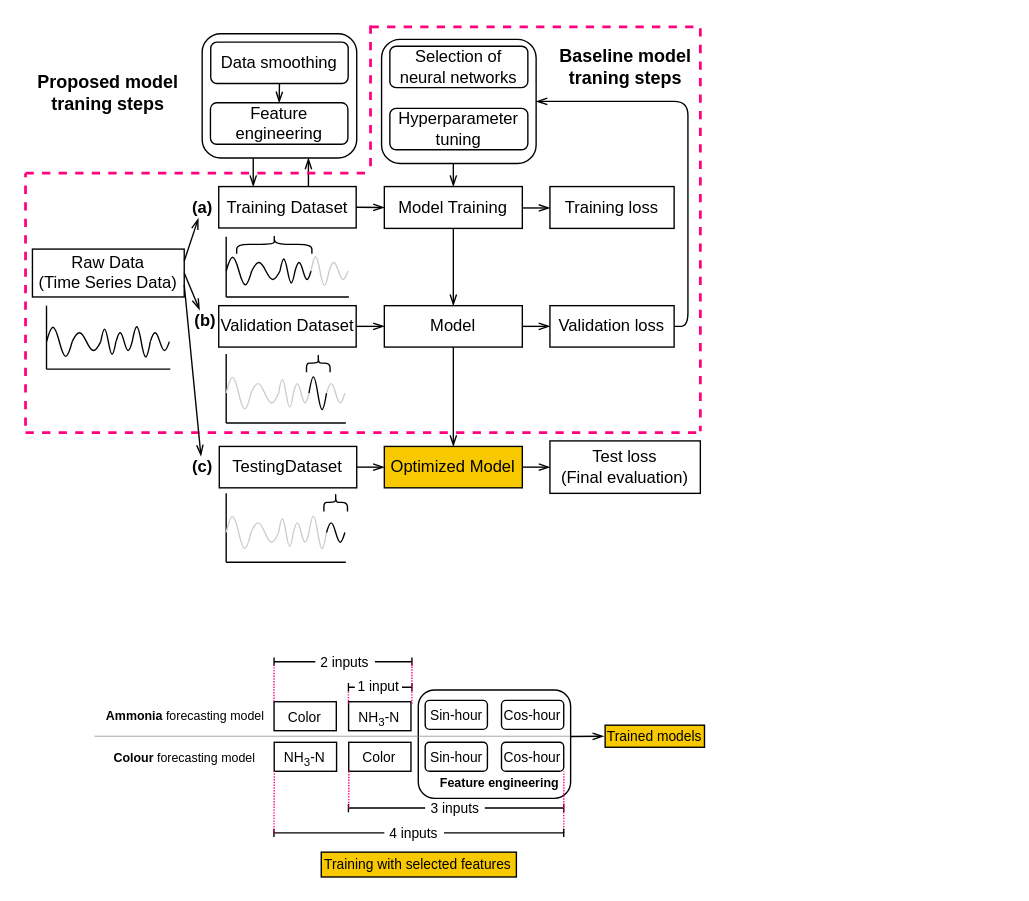
Earlier version of the draw.io diagram Presentation/0511-seminar-pre/plot.drawio (tx-21/MPhil-thesis). Source tidied: cells renumbered, new cells numbered last; positions are measured from the earlier drawing's top-left corner, leaving out a move shared by most shapes. Both pictures are drawn from the tidied source at 138%, with x=0, y=0 at pixel (25, 25).
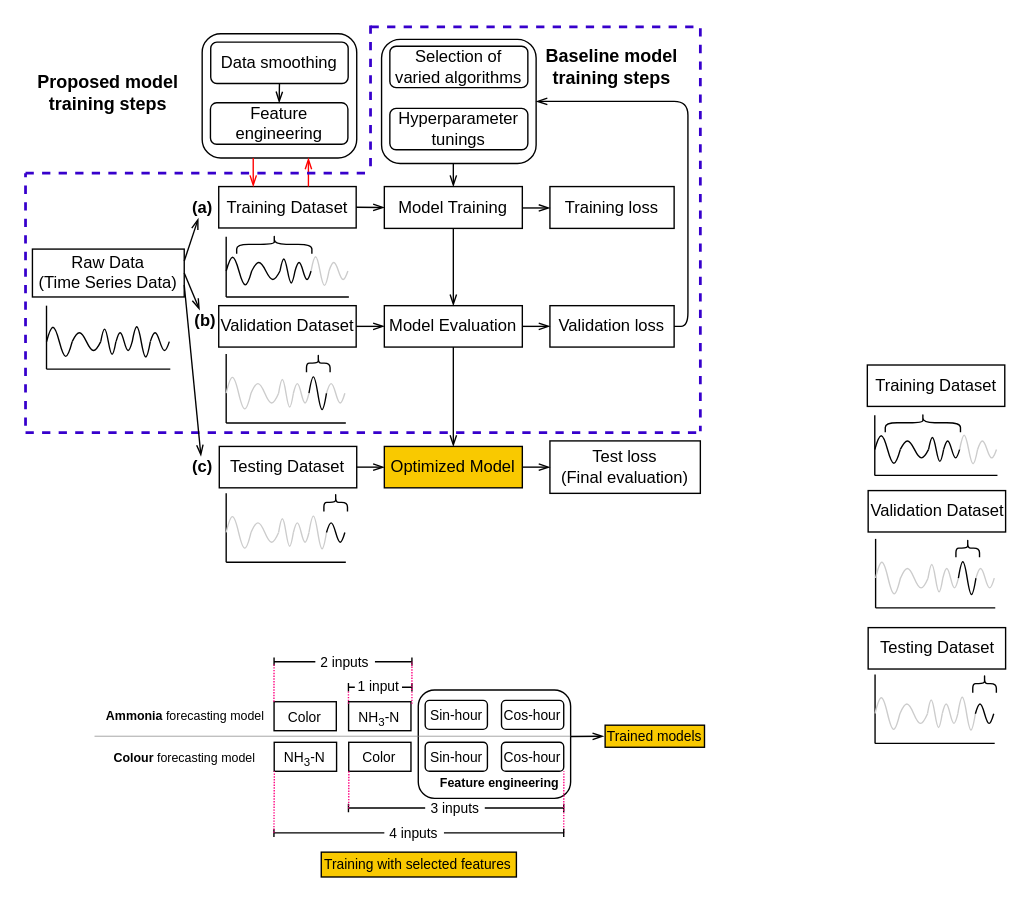
After the change.

The edit, as a diff of the source:
```diff
@@
-    <mxCell id="5" value="Selection of neural networks" style="whiteSpace=wrap;html=1;fontColor=#000000;strokeColor=#000000;fillColor=none;rounded=1;" parent="1" vertex="1">
+    <mxCell id="5" value="Selection of varied algorithms" style="whiteSpace=wrap;html=1;fontColor=#000000;strokeColor=#000000;fillColor=none;rounded=1;" parent="1" vertex="1">
       <mxGeometry x="264" y="15" width="100" height="30" as="geometry" />
     </mxCell>
-    <mxCell id="6" value="&lt;p&gt;&lt;/p&gt;&lt;span style=&quot;line-height: 1.2&quot;&gt;Hyperparameter tuning&lt;br&gt;&lt;/span&gt;&lt;p&gt;&lt;/p&gt;" style="whiteSpace=wrap;html=1;fontColor=#000000;strokeColor=#000000;fillColor=none;align=center;rounded=1;" parent="1" vertex="1">
+    <mxCell id="6" value="&lt;p&gt;&lt;/p&gt;&lt;span style=&quot;line-height: 1.2&quot;&gt;Hyperparameter tunings&lt;br&gt;&lt;/span&gt;&lt;p&gt;&lt;/p&gt;" style="whiteSpace=wrap;html=1;fontColor=#000000;strokeColor=#000000;fillColor=none;align=center;rounded=1;" parent="1" vertex="1">
       <mxGeometry x="264" y="60" width="100" height="30" as="geometry" />
     </mxCell>
@@
-    <mxCell id="11" value="Model" style="rounded=0;whiteSpace=wrap;html=1;fontColor=#000000;strokeColor=#000000;fillColor=none;" parent="1" vertex="1">
+    <mxCell id="11" value="Model Evaluation" style="rounded=0;whiteSpace=wrap;html=1;fontColor=#000000;strokeColor=#000000;fillColor=none;" parent="1" vertex="1">
       <mxGeometry x="260" y="203" width="100" height="30" as="geometry" />
     </mxCell>
@@
-    <mxCell id="59" style="edgeStyle=none;html=1;entryX=0.5;entryY=0;entryDx=0;entryDy=0;fontColor=#000000;strokeColor=#000000;endArrow=openThin;endFill=0;" parent="1" edge="1">
+    <mxCell id="59" style="edgeStyle=none;html=1;entryX=0.5;entryY=0;entryDx=0;entryDy=0;fontColor=#000000;strokeColor=#FF0000;endArrow=openThin;endFill=0;fillColor=#e51400;" parent="1" edge="1">
       <mxGeometry relative="1" as="geometry">
         <mxPoint x="165" y="96" as="sourcePoint" />
         <mxPoint x="165" y="116.7" as="targetPoint" />
       </mxGeometry>
     </mxCell>
-    <mxCell id="60" style="edgeStyle=none;html=1;entryX=0.5;entryY=0;entryDx=0;entryDy=0;fontColor=#000000;strokeColor=#000000;startArrow=openThin;startFill=0;endArrow=none;endFill=0;" parent="1" edge="1">
+    <mxCell id="60" style="edgeStyle=none;html=1;entryX=0.5;entryY=0;entryDx=0;entryDy=0;fontColor=#000000;strokeColor=#FF0000;startArrow=openThin;startFill=0;endArrow=none;endFill=0;fillColor=#e51400;" parent="1" edge="1">
       <mxGeometry relative="1" as="geometry">
         <mxPoint x="205" y="96" as="sourcePoint" />
         <mxPoint x="205" y="116.7" as="targetPoint" />
       </mxGeometry>
     </mxCell>
@@
-    <mxCell id="66" value="&lt;b&gt;&lt;font style=&quot;font-size: 13px&quot;&gt;Baseline model traning steps&lt;/font&gt;&lt;/b&gt;" style="rounded=0;whiteSpace=wrap;html=1;fontColor=#000000;strokeColor=none;fillColor=none;" parent="1" vertex="1">
-      <mxGeometry x="379.5" y="15" width="110" height="30" as="geometry" />
+    <mxCell id="66" value="&lt;b&gt;&lt;font style=&quot;font-size: 13px&quot;&gt;Baseline model training steps&lt;/font&gt;&lt;/b&gt;" style="rounded=0;whiteSpace=wrap;html=1;fontColor=#000000;strokeColor=none;fillColor=none;" parent="1" vertex="1">
+      <mxGeometry x="370" y="15" width="110" height="30" as="geometry" />
     </mxCell>
-    <mxCell id="67" style="endArrow=none;html=1;fontColor=#000000;strokeColor=#FF0080;dashed=1;fillColor=#008a00;strokeWidth=2;" parent="1" edge="1">
+    <mxCell id="67" style="endArrow=none;html=1;fontColor=#000000;strokeColor=#3700CC;dashed=1;fillColor=#6a00ff;strokeWidth=2;" parent="1" edge="1">
       <mxGeometry relative="1" as="geometry">
         <mxPoint y="290" as="sourcePoint" />
         <mxPoint y="107" as="targetPoint" />
       </mxGeometry>
     </mxCell>
-    <mxCell id="68" style="endArrow=none;html=1;fontColor=#000000;strokeColor=#FF0080;dashed=1;fillColor=#008a00;strokeWidth=2;" parent="1" edge="1">
+    <mxCell id="68" style="endArrow=none;html=1;fontColor=#000000;strokeColor=#3700CC;dashed=1;fillColor=#6a00ff;strokeWidth=2;" parent="1" edge="1">
       <mxGeometry relative="1" as="geometry">
         <mxPoint y="295" as="sourcePoint" />
         <mxPoint x="490" y="295" as="targetPoint" />
       </mxGeometry>
     </mxCell>
-    <mxCell id="69" style="endArrow=none;html=1;fontColor=#000000;strokeColor=#FF0080;dashed=1;fillColor=#008a00;strokeWidth=2;" parent="1" edge="1">
+    <mxCell id="69" style="endArrow=none;html=1;fontColor=#000000;strokeColor=#3700CC;dashed=1;fillColor=#6a00ff;strokeWidth=2;" parent="1" edge="1">
       <mxGeometry relative="1" as="geometry">
         <mxPoint x="489" y="2" as="sourcePoint" />
         <mxPoint x="489" y="294" as="targetPoint" />
       </mxGeometry>
     </mxCell>
-    <mxCell id="70" style="endArrow=none;html=1;fontColor=#000000;strokeColor=#FF0080;dashed=1;fillColor=#008a00;strokeWidth=2;" parent="1" edge="1">
+    <mxCell id="70" style="endArrow=none;html=1;fontColor=#000000;strokeColor=#3700CC;dashed=1;fillColor=#6a00ff;strokeWidth=2;" parent="1" edge="1">
       <mxGeometry relative="1" as="geometry">
         <mxPoint x="250" y="1" as="sourcePoint" />
         <mxPoint x="490" y="1" as="targetPoint" />
       </mxGeometry>
     </mxCell>
-    <mxCell id="71" style="endArrow=none;html=1;fontColor=#000000;strokeColor=#FF0080;dashed=1;fillColor=#008a00;strokeWidth=2;" parent="1" edge="1">
+    <mxCell id="71" style="endArrow=none;html=1;fontColor=#000000;strokeColor=#3700CC;dashed=1;fillColor=#6a00ff;strokeWidth=2;" parent="1" edge="1">
       <mxGeometry relative="1" as="geometry">
         <mxPoint x="250" as="sourcePoint" />
         <mxPoint x="250" y="105" as="targetPoint" />
       </mxGeometry>
     </mxCell>
-    <mxCell id="72" style="endArrow=none;html=1;fontColor=#000000;strokeColor=#FF0080;dashed=1;fillColor=#008a00;strokeWidth=2;" parent="1" edge="1">
+    <mxCell id="72" style="endArrow=none;html=1;fontColor=#000000;strokeColor=#3700CC;dashed=1;fillColor=#6a00ff;strokeWidth=2;" parent="1" edge="1">
       <mxGeometry relative="1" as="geometry">
         <mxPoint y="107" as="sourcePoint" />
         <mxPoint x="250" y="107" as="targetPoint" />
       </mxGeometry>
     </mxCell>
@@
-    <mxCell id="74" value="&lt;b&gt;&lt;font style=&quot;font-size: 13px&quot;&gt;Proposed model traning steps&lt;/font&gt;&lt;/b&gt;" style="rounded=0;whiteSpace=wrap;html=1;fontColor=#000000;strokeColor=none;fillColor=none;" parent="1" vertex="1">
+    <mxCell id="74" value="&lt;b&gt;&lt;font style=&quot;font-size: 13px&quot;&gt;Proposed model training steps&lt;/font&gt;&lt;/b&gt;" style="rounded=0;whiteSpace=wrap;html=1;fontColor=#000000;strokeColor=none;fillColor=none;" parent="1" vertex="1">
       <mxGeometry x="5" y="34" width="110" height="30" as="geometry" />
     </mxCell>
@@
-    <mxCell id="100" value="TestingDataset" style="rounded=0;whiteSpace=wrap;html=1;fontColor=#000000;strokeColor=#000000;fillColor=none;" parent="1" vertex="1">
+    <mxCell id="100" value="Testing Dataset" style="rounded=0;whiteSpace=wrap;html=1;fontColor=#000000;strokeColor=#000000;fillColor=none;" parent="1" vertex="1">
       <mxGeometry x="140.4" y="305" width="99.6" height="30" as="geometry" />
     </mxCell>
@@
+    <mxCell id="119" style="group;" parent="1" vertex="1">
+      <mxGeometry x="616" y="372" width="88.9" height="50" as="geometry" />
+    </mxCell>
+    <mxCell id="120" style="endArrow=none;html=1;fontColor=#000000;strokeColor=#000000;" parent="119" edge="1">
+      <mxGeometry relative="1" as="geometry">
+        <mxPoint y="50" as="sourcePoint" />
+        <mxPoint as="targetPoint" />
+      </mxGeometry>
+    </mxCell>
+    <mxCell id="121" style="endArrow=none;html=1;fontColor=#000000;strokeColor=#000000;" parent="119" edge="1">
+      <mxGeometry relative="1" as="geometry">
+        <mxPoint x="86.7" y="50" as="sourcePoint" />
+        <mxPoint y="50" as="targetPoint" />
+      </mxGeometry>
+    </mxCell>
+    <mxCell id="122" style="group;" parent="119" vertex="1">
+      <mxGeometry y="1.1" width="88.9" height="43.2" as="geometry" />
+    </mxCell>
+    <mxCell id="123" style="verticalLabelPosition=bottom;shadow=0;dashed=0;align=center;html=1;verticalAlign=top;shape=mxgraph.electrical.waveforms.sine_wave;fontColor=#000000;strokeColor=#CCCCCC;fillColor=none;" parent="122" vertex="1">
+      <mxGeometry y="12" width="18" height="30.6" as="geometry" />
+    </mxCell>
+    <mxCell id="124" style="verticalLabelPosition=bottom;shadow=0;dashed=0;align=center;html=1;verticalAlign=top;shape=mxgraph.electrical.waveforms.sine_wave;fontColor=#000000;strokeColor=#CCCCCC;fillColor=none;" parent="122" vertex="1">
+      <mxGeometry x="18" y="18" width="20" height="18.8" as="geometry" />
+    </mxCell>
+    <mxCell id="125" style="verticalLabelPosition=bottom;shadow=0;dashed=0;align=center;html=1;verticalAlign=top;shape=mxgraph.electrical.waveforms.sine_wave;fontColor=#000000;strokeColor=#CCCCCC;fillColor=none;" parent="122" vertex="1">
+      <mxGeometry x="38" y="14.1" width="10.7" height="26.6" as="geometry" />
+    </mxCell>
+    <mxCell id="126" style="verticalLabelPosition=bottom;shadow=0;dashed=0;align=center;html=1;verticalAlign=top;shape=mxgraph.electrical.waveforms.sine_wave;fontColor=#000000;strokeColor=#CCCCCC;fillColor=none;" parent="122" vertex="1">
+      <mxGeometry x="48.7" y="18" width="11.3" height="18.8" as="geometry" />
+    </mxCell>
+    <mxCell id="127" style="verticalLabelPosition=bottom;shadow=0;dashed=0;align=center;html=1;verticalAlign=top;shape=mxgraph.electrical.waveforms.sine_wave;fontColor=#000000;strokeColor=#000000;fillColor=none;" parent="122" vertex="1">
+      <mxGeometry x="60" y="11.5" width="12.7" height="31.7" as="geometry" />
+    </mxCell>
+    <mxCell id="128" style="verticalLabelPosition=bottom;shadow=0;dashed=0;align=center;html=1;verticalAlign=top;shape=mxgraph.electrical.waveforms.sine_wave;fontColor=#000000;strokeColor=#CCCCCC;fillColor=none;" parent="122" vertex="1">
+      <mxGeometry x="72.7" y="18" width="13.3" height="18.8" as="geometry" />
+    </mxCell>
+    <mxCell id="129" style="shape=curlyBracket;whiteSpace=wrap;html=1;rounded=1;fontColor=#000000;strokeColor=#000000;fillColor=none;rotation=90;" parent="122" vertex="1">
+      <mxGeometry x="60.1" y="-3" width="13.3" height="17.1" as="geometry" />
+    </mxCell>
+    <mxCell id="130" style="group;" parent="1" vertex="1">
+      <mxGeometry x="610" y="246" width="99.6" height="80" as="geometry" />
+    </mxCell>
+    <mxCell id="131" style="group;" parent="130" vertex="1">
+      <mxGeometry x="5.4" y="20" width="88.9" height="60" as="geometry" />
+    </mxCell>
+    <mxCell id="132" style="group;" parent="131" vertex="1">
+      <mxGeometry y="16.4" width="88.9" height="43.6" as="geometry" />
+    </mxCell>
+    <mxCell id="133" style="endArrow=none;html=1;fontColor=#000000;strokeColor=#000000;" parent="132" edge="1">
+      <mxGeometry relative="1" as="geometry">
+        <mxPoint y="43.6" as="sourcePoint" />
+        <mxPoint as="targetPoint" />
+      </mxGeometry>
+    </mxCell>
+    <mxCell id="134" style="endArrow=none;html=1;fontColor=#000000;strokeColor=#000000;" parent="132" edge="1">
+      <mxGeometry relative="1" as="geometry">
+        <mxPoint x="88.9" y="43.6" as="sourcePoint" />
+        <mxPoint y="43.6" as="targetPoint" />
+      </mxGeometry>
+    </mxCell>
+    <mxCell id="135" style="verticalLabelPosition=bottom;shadow=0;dashed=0;align=center;html=1;verticalAlign=top;shape=mxgraph.electrical.waveforms.sine_wave;fontColor=#000000;strokeColor=#000000;fillColor=none;" parent="132" vertex="1">
+      <mxGeometry y="11.5" width="18.5" height="26.7" as="geometry" />
+    </mxCell>
+    <mxCell id="136" style="verticalLabelPosition=bottom;shadow=0;dashed=0;align=center;html=1;verticalAlign=top;shape=mxgraph.electrical.waveforms.sine_wave;fontColor=#000000;strokeColor=#000000;fillColor=none;" parent="132" vertex="1">
+      <mxGeometry x="18.5" y="16.6" width="20.5" height="16.4" as="geometry" />
+    </mxCell>
+    <mxCell id="137" style="verticalLabelPosition=bottom;shadow=0;dashed=0;align=center;html=1;verticalAlign=top;shape=mxgraph.electrical.waveforms.sine_wave;fontColor=#000000;strokeColor=#000000;fillColor=none;" parent="132" vertex="1">
+      <mxGeometry x="39" y="13.2" width="10.9" height="23.2" as="geometry" />
+    </mxCell>
+    <mxCell id="138" style="verticalLabelPosition=bottom;shadow=0;dashed=0;align=center;html=1;verticalAlign=top;shape=mxgraph.electrical.waveforms.sine_wave;fontColor=#000000;strokeColor=#000000;fillColor=none;" parent="132" vertex="1">
+      <mxGeometry x="49.9" y="16.6" width="11.6" height="16.4" as="geometry" />
+    </mxCell>
+    <mxCell id="139" style="verticalLabelPosition=bottom;shadow=0;dashed=0;align=center;html=1;verticalAlign=top;shape=mxgraph.electrical.waveforms.sine_wave;fontColor=#000000;strokeColor=#CCCCCC;fillColor=none;" parent="132" vertex="1">
+      <mxGeometry x="61.5" y="11" width="13" height="27.7" as="geometry" />
+    </mxCell>
+    <mxCell id="140" style="verticalLabelPosition=bottom;shadow=0;dashed=0;align=center;html=1;verticalAlign=top;shape=mxgraph.electrical.waveforms.sine_wave;fontColor=#000000;strokeColor=#CCCCCC;fillColor=none;" parent="132" vertex="1">
+      <mxGeometry x="74.5" y="16.6" width="13.7" height="16.4" as="geometry" />
+    </mxCell>
+    <mxCell id="141" style="shape=curlyBracket;whiteSpace=wrap;html=1;rounded=1;fontColor=#000000;strokeColor=#000000;fillColor=none;rotation=90;" parent="132" vertex="1">
+      <mxGeometry x="28" y="-21.8" width="13.7" height="54.5" as="geometry" />
+    </mxCell>
+    <mxCell id="142" value="Training Dataset" style="rounded=0;whiteSpace=wrap;html=1;fontColor=#000000;strokeColor=#000000;fillColor=none;" parent="130" vertex="1">
+      <mxGeometry width="99.6" height="30" as="geometry" />
+    </mxCell>
+    <mxCell id="143" value="Validation Dataset" style="rounded=0;whiteSpace=wrap;html=1;fontColor=#000000;strokeColor=#000000;fillColor=none;" parent="1" vertex="1">
+      <mxGeometry x="610.6" y="337" width="99.6" height="30" as="geometry" />
+    </mxCell>
+    <mxCell id="144" value="Testing Dataset" style="rounded=0;whiteSpace=wrap;html=1;fontColor=#000000;strokeColor=#000000;fillColor=none;" parent="1" vertex="1">
+      <mxGeometry x="610.6" y="436.3" width="99.6" height="30" as="geometry" />
+    </mxCell>
+    <mxCell id="145" style="group;" parent="1" vertex="1">
+      <mxGeometry x="615.6" y="470.2" width="88.9" height="50" as="geometry" />
+    </mxCell>
+    <mxCell id="146" style="endArrow=none;html=1;fontColor=#000000;strokeColor=#000000;" parent="145" edge="1">
+      <mxGeometry relative="1" as="geometry">
+        <mxPoint y="50" as="sourcePoint" />
+        <mxPoint as="targetPoint" />
+      </mxGeometry>
+    </mxCell>
+    <mxCell id="147" style="endArrow=none;html=1;fontColor=#000000;strokeColor=#000000;" parent="145" edge="1">
+      <mxGeometry relative="1" as="geometry">
+        <mxPoint x="86.7" y="50" as="sourcePoint" />
+        <mxPoint y="50" as="targetPoint" />
+      </mxGeometry>
+    </mxCell>
+    <mxCell id="148" style="group;" parent="145" vertex="1">
+      <mxGeometry y="1.1" width="88.9" height="43.2" as="geometry" />
+    </mxCell>
+    <mxCell id="149" style="verticalLabelPosition=bottom;shadow=0;dashed=0;align=center;html=1;verticalAlign=top;shape=mxgraph.electrical.waveforms.sine_wave;fontColor=#000000;strokeColor=#CCCCCC;fillColor=none;" parent="148" vertex="1">
+      <mxGeometry y="12" width="18" height="30.6" as="geometry" />
+    </mxCell>
+    <mxCell id="150" style="verticalLabelPosition=bottom;shadow=0;dashed=0;align=center;html=1;verticalAlign=top;shape=mxgraph.electrical.waveforms.sine_wave;fontColor=#000000;strokeColor=#CCCCCC;fillColor=none;" parent="148" vertex="1">
+      <mxGeometry x="18" y="18" width="20" height="18.8" as="geometry" />
+    </mxCell>
+    <mxCell id="151" style="verticalLabelPosition=bottom;shadow=0;dashed=0;align=center;html=1;verticalAlign=top;shape=mxgraph.electrical.waveforms.sine_wave;fontColor=#000000;strokeColor=#CCCCCC;fillColor=none;" parent="148" vertex="1">
+      <mxGeometry x="38" y="14.1" width="10.7" height="26.6" as="geometry" />
+    </mxCell>
+    <mxCell id="152" style="verticalLabelPosition=bottom;shadow=0;dashed=0;align=center;html=1;verticalAlign=top;shape=mxgraph.electrical.waveforms.sine_wave;fontColor=#000000;strokeColor=#CCCCCC;fillColor=none;" parent="148" vertex="1">
+      <mxGeometry x="48.7" y="18" width="11.3" height="18.8" as="geometry" />
+    </mxCell>
+    <mxCell id="153" style="verticalLabelPosition=bottom;shadow=0;dashed=0;align=center;html=1;verticalAlign=top;shape=mxgraph.electrical.waveforms.sine_wave;fontColor=#000000;strokeColor=#CCCCCC;fillColor=none;" parent="148" vertex="1">
+      <mxGeometry x="60" y="11.5" width="12.7" height="31.7" as="geometry" />
+    </mxCell>
+    <mxCell id="154" style="verticalLabelPosition=bottom;shadow=0;dashed=0;align=center;html=1;verticalAlign=top;shape=mxgraph.electrical.waveforms.sine_wave;fontColor=#000000;strokeColor=#000000;fillColor=none;" parent="148" vertex="1">
+      <mxGeometry x="72.7" y="18" width="13.3" height="18.8" as="geometry" />
+    </mxCell>
+    <mxCell id="155" style="shape=curlyBracket;whiteSpace=wrap;html=1;rounded=1;fontColor=#000000;strokeColor=#000000;fillColor=none;rotation=90;" parent="148" vertex="1">
+      <mxGeometry x="72.7" y="-3" width="13.3" height="17.1" as="geometry" />
+    </mxCell>
```
